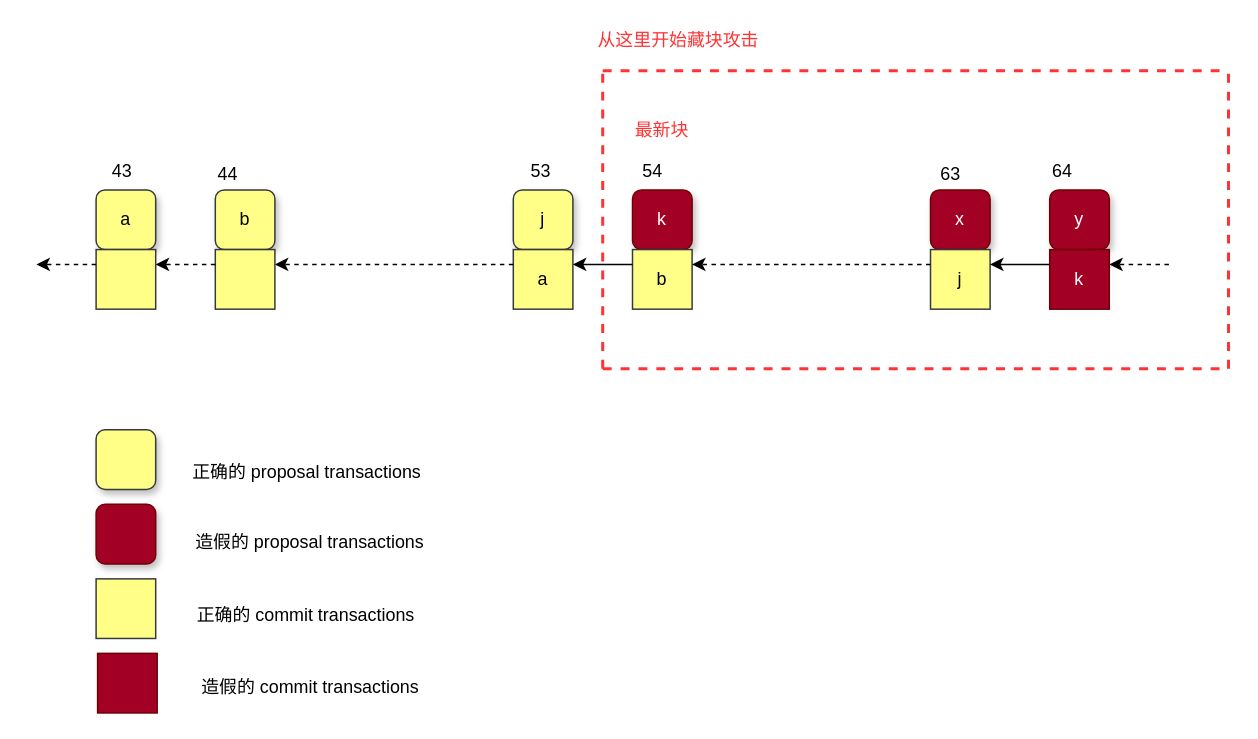
Earlier version of the draw.io diagram 2-step-verification-withholding.drawio (keroro520/draw.io). Source tidied: cells renumbered, new cells numbered last; positions are measured from the earlier drawing's top-left corner, leaving out a move shared by most shapes. Both pictures are drawn from the tidied source at 149%, with x=0, y=0 at pixel (36, 25).
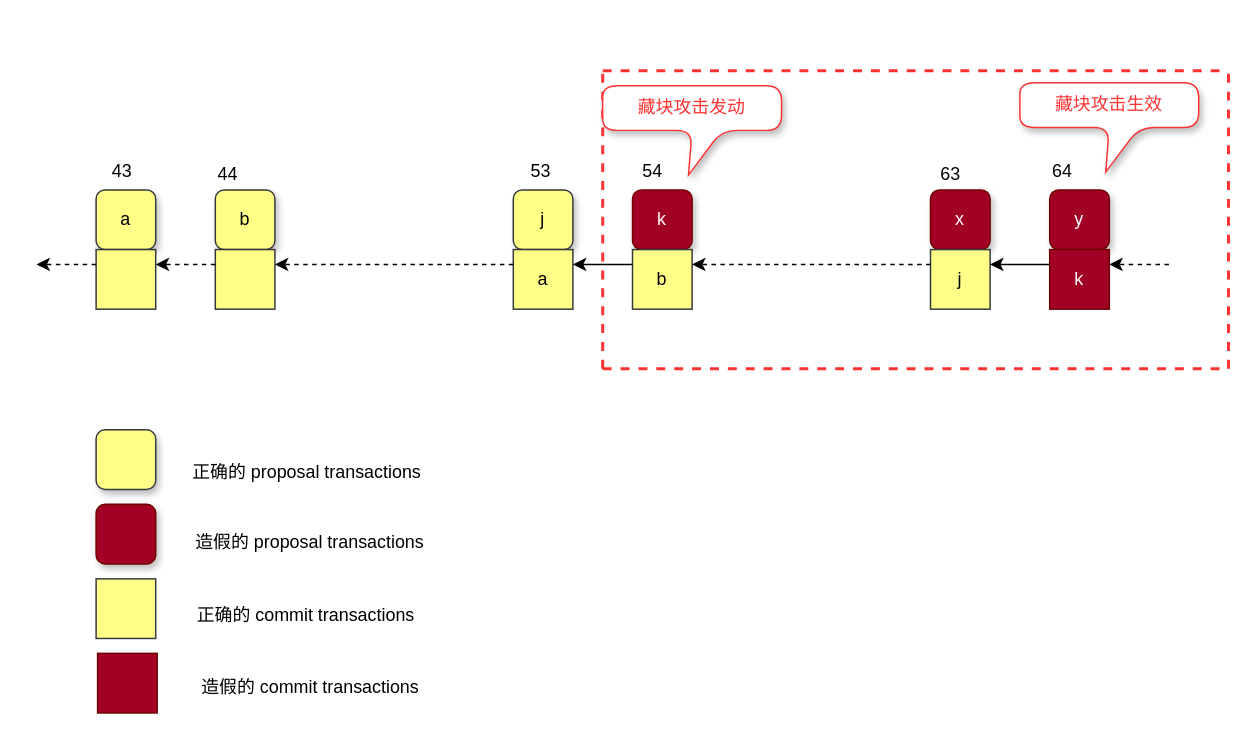
The same diagram, later.

The edit, as a diff of the source:
```diff
@@
-    <mxCell id="23" value="&lt;font color=&quot;#ff3333&quot;&gt;最新块&lt;/font&gt;" style="text;html=1;align=left;verticalAlign=top;spacingTop=-4;" parent="1" vertex="1">
-      <mxGeometry x="400" y="60" width="50" height="20" as="geometry" />
-    </mxCell>
@@
-    <mxCell id="28" value="&lt;font color=&quot;#ff3333&quot;&gt;从这里开始藏块攻击&lt;/font&gt;" style="text;html=1;align=left;verticalAlign=top;spacingTop=-4;" parent="1" vertex="1">
-      <mxGeometry x="375" width="120" height="20" as="geometry" />
-    </mxCell>
@@
+    <mxCell id="41" value="&lt;font color=&quot;#ff3333&quot;&gt;藏块攻击发动&lt;/font&gt;" style="shape=callout;whiteSpace=wrap;html=1;perimeter=calloutPerimeter;rounded=1;shadow=1;glass=0;comic=0;position2=0.48;strokeColor=#FF3333;" parent="1" vertex="1">
+      <mxGeometry x="380" y="40" width="120" height="60" as="geometry" />
+    </mxCell>
+    <mxCell id="42" value="&lt;font color=&quot;#ff3333&quot;&gt;藏块攻击生效&lt;/font&gt;" style="shape=callout;whiteSpace=wrap;html=1;perimeter=calloutPerimeter;rounded=1;shadow=1;glass=0;comic=0;position2=0.48;strokeColor=#FF3333;" parent="1" vertex="1">
+      <mxGeometry x="660" y="38" width="120" height="60" as="geometry" />
+    </mxCell>
```
